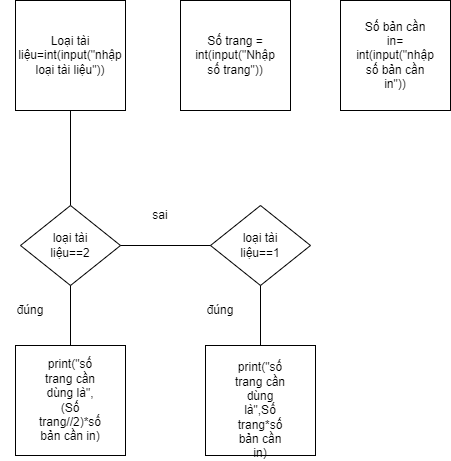
This is Buoi_5/test.png from vinh34/PTB01-Vinh-ST, a draw.io export, as it was before one commit. Source tidied: cells renumbered, new cells last; positions are measured from the earlier drawing's top-left corner, leaving out a move shared by most shapes. The source it was exported from:
```xml
<mxGraphModel>
  <root>
    <mxCell id="0" />
    <mxCell id="1" parent="0" />
    <mxCell id="2" style="whiteSpace=wrap;html=1;" parent="1" vertex="1">
      <mxGeometry x="15" width="110" height="110" as="geometry" />
    </mxCell>
    <mxCell id="3" value="Loại tài liệu=int(input(&quot;nhập loại tài liệu&quot;))" style="text;html=1;strokeColor=none;fillColor=none;align=center;verticalAlign=middle;whiteSpace=wrap;rounded=0;" parent="1" vertex="1">
      <mxGeometry x="40" y="40" width="60" height="30" as="geometry" />
    </mxCell>
    <mxCell id="4" style="whiteSpace=wrap;html=1;" parent="1" vertex="1">
      <mxGeometry x="180" width="110" height="110" as="geometry" />
    </mxCell>
    <mxCell id="5" value="Số trang = int(input(&quot;Nhập số trang&quot;))" style="text;html=1;strokeColor=none;fillColor=none;align=center;verticalAlign=middle;whiteSpace=wrap;rounded=0;" parent="1" vertex="1">
      <mxGeometry x="205" y="40" width="60" height="30" as="geometry" />
    </mxCell>
    <mxCell id="6" style="whiteSpace=wrap;html=1;" parent="1" vertex="1">
      <mxGeometry x="340" width="110" height="110" as="geometry" />
    </mxCell>
    <mxCell id="7" value="Số bản cần in= int(input(&quot;nhập số bản cần in&quot;))" style="text;html=1;strokeColor=none;fillColor=none;align=center;verticalAlign=middle;whiteSpace=wrap;rounded=0;" parent="1" vertex="1">
      <mxGeometry x="365" y="40" width="60" height="30" as="geometry" />
    </mxCell>
    <mxCell id="8" style="endArrow=none;html=1;rounded=0;" parent="1" edge="1">
      <mxGeometry relative="1" as="geometry">
        <mxPoint x="70" y="205" as="sourcePoint" />
        <mxPoint x="70" y="110" as="targetPoint" />
      </mxGeometry>
    </mxCell>
    <mxCell id="9" style="rhombus;whiteSpace=wrap;html=1;" parent="1" vertex="1">
      <mxGeometry x="20" y="205" width="100" height="80" as="geometry" />
    </mxCell>
    <mxCell id="10" value="loại tài liệu==2" style="text;html=1;strokeColor=none;fillColor=none;align=center;verticalAlign=middle;whiteSpace=wrap;rounded=0;" parent="1" vertex="1">
      <mxGeometry x="40" y="230" width="60" height="30" as="geometry" />
    </mxCell>
    <mxCell id="11" style="endArrow=none;html=1;rounded=0;" parent="1" edge="1">
      <mxGeometry relative="1" as="geometry">
        <mxPoint x="70" y="345" as="sourcePoint" />
        <mxPoint x="70" y="285" as="targetPoint" />
      </mxGeometry>
    </mxCell>
    <mxCell id="12" value="đúng" style="text;html=1;strokeColor=none;fillColor=none;align=center;verticalAlign=middle;whiteSpace=wrap;rounded=0;" parent="1" vertex="1">
      <mxGeometry y="295" width="60" height="30" as="geometry" />
    </mxCell>
    <mxCell id="13" style="whiteSpace=wrap;html=1;" parent="1" vertex="1">
      <mxGeometry x="15" y="345" width="110" height="110" as="geometry" />
    </mxCell>
    <mxCell id="14" value="print(&quot;số trang cần dùng là&quot;,(Số trang//2)*số bản cần in)" style="text;html=1;strokeColor=none;fillColor=none;align=center;verticalAlign=middle;whiteSpace=wrap;rounded=0;" parent="1" vertex="1">
      <mxGeometry x="40" y="385" width="60" height="30" as="geometry" />
    </mxCell>
    <mxCell id="15" style="rhombus;whiteSpace=wrap;html=1;" parent="1" vertex="1">
      <mxGeometry x="210" y="205" width="100" height="80" as="geometry" />
    </mxCell>
    <mxCell id="16" value="loại tài liệu==1" style="text;html=1;strokeColor=none;fillColor=none;align=center;verticalAlign=middle;whiteSpace=wrap;rounded=0;" parent="1" vertex="1">
      <mxGeometry x="230" y="230" width="60" height="30" as="geometry" />
    </mxCell>
    <mxCell id="17" style="endArrow=none;html=1;rounded=0;" parent="1" edge="1">
      <mxGeometry relative="1" as="geometry">
        <mxPoint x="260" y="345" as="sourcePoint" />
        <mxPoint x="260" y="285" as="targetPoint" />
      </mxGeometry>
    </mxCell>
    <mxCell id="18" value="đúng" style="text;html=1;strokeColor=none;fillColor=none;align=center;verticalAlign=middle;whiteSpace=wrap;rounded=0;" parent="1" vertex="1">
      <mxGeometry x="190" y="295" width="60" height="30" as="geometry" />
    </mxCell>
    <mxCell id="19" style="whiteSpace=wrap;html=1;" parent="1" vertex="1">
      <mxGeometry x="205" y="345" width="110" height="110" as="geometry" />
    </mxCell>
    <mxCell id="20" value="print(&quot;số trang cần dùng là&quot;,Số trang*số bản cần in)" style="text;html=1;strokeColor=none;fillColor=none;align=center;verticalAlign=middle;whiteSpace=wrap;rounded=0;" parent="1" vertex="1">
      <mxGeometry x="230" y="395" width="60" height="30" as="geometry" />
    </mxCell>
    <mxCell id="21" style="endArrow=none;html=1;rounded=0;entryX=0;entryY=0.5;entryDx=0;entryDy=0;" parent="1" edge="1" target="15">
      <mxGeometry relative="1" as="geometry">
        <mxPoint x="120" y="245" as="sourcePoint" />
      </mxGeometry>
    </mxCell>
    <mxCell id="22" value="sai" style="text;html=1;strokeColor=none;fillColor=none;align=center;verticalAlign=middle;whiteSpace=wrap;rounded=0;" parent="1" vertex="1">
      <mxGeometry x="130" y="200" width="60" height="30" as="geometry" />
    </mxCell>
  </root>
</mxGraphModel>
```
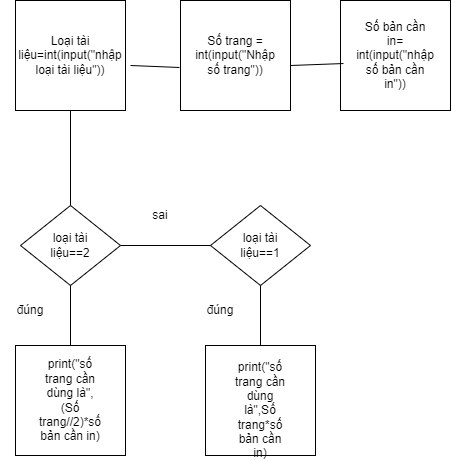
After the commit.

Diff of the diagram source:
```diff
@@ -76,5 +76,15 @@
     <mxCell id="22" value="sai" style="text;html=1;strokeColor=none;fillColor=none;align=center;verticalAlign=middle;whiteSpace=wrap;rounded=0;" parent="1" vertex="1">
       <mxGeometry x="130" y="200" width="60" height="30" as="geometry" />
     </mxCell>
+    <mxCell id="23" style="endArrow=none;html=1;rounded=0;entryX=-0.009;entryY=0.609;entryDx=0;entryDy=0;entryPerimeter=0;" parent="1" edge="1" target="4">
+      <mxGeometry relative="1" as="geometry">
+        <mxPoint x="130" y="65" as="sourcePoint" />
+      </mxGeometry>
+    </mxCell>
+    <mxCell id="24" style="endArrow=none;html=1;rounded=0;entryX=0.027;entryY=0.573;entryDx=0;entryDy=0;entryPerimeter=0;" parent="1" edge="1" target="6">
+      <mxGeometry relative="1" as="geometry">
+        <mxPoint x="290" y="65" as="sourcePoint" />
+      </mxGeometry>
+    </mxCell>
   </root>
 </mxGraphModel>
```
